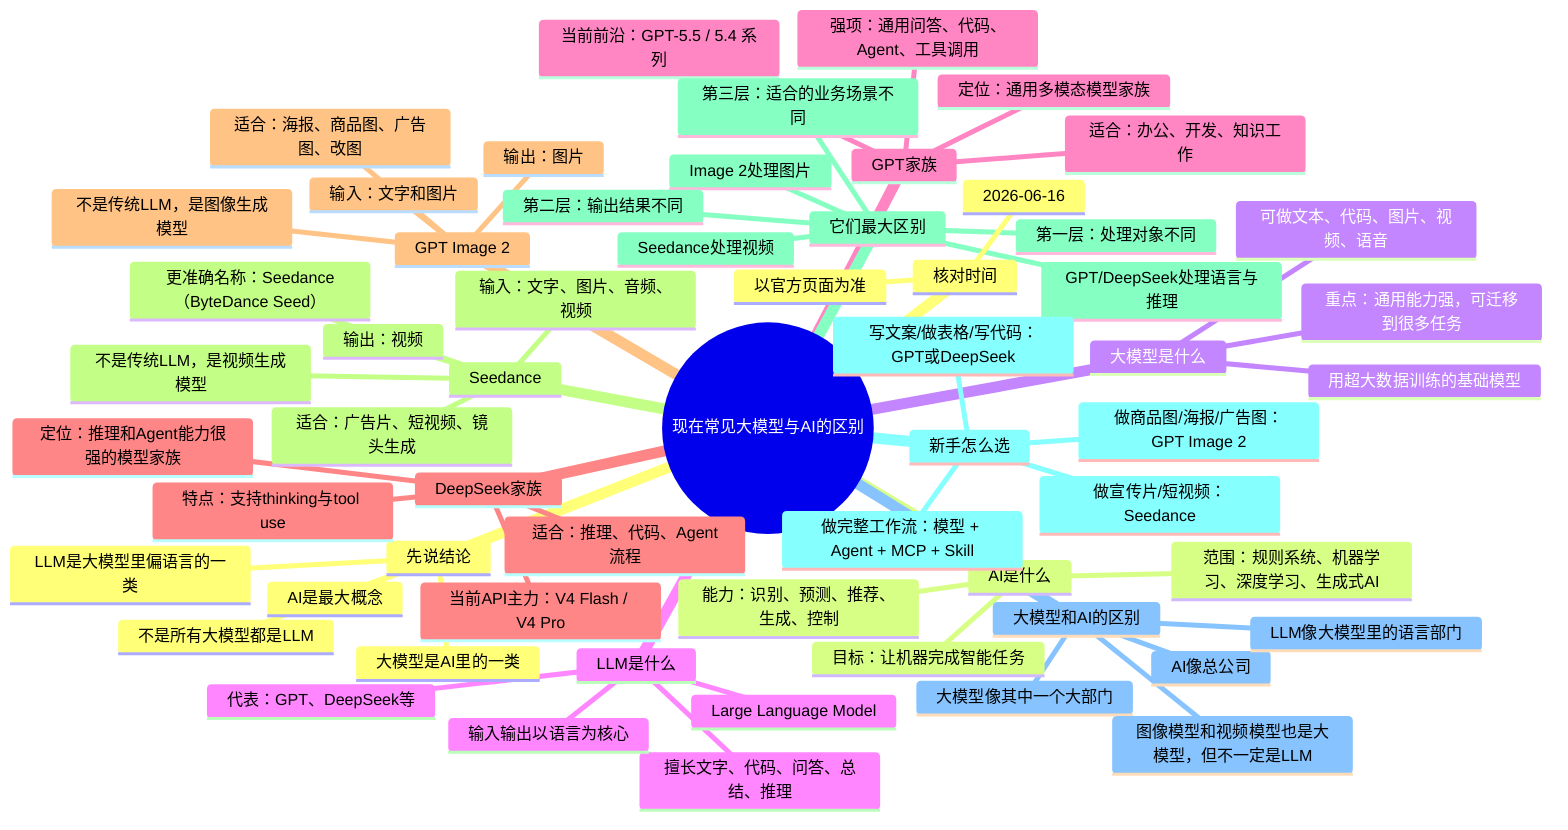
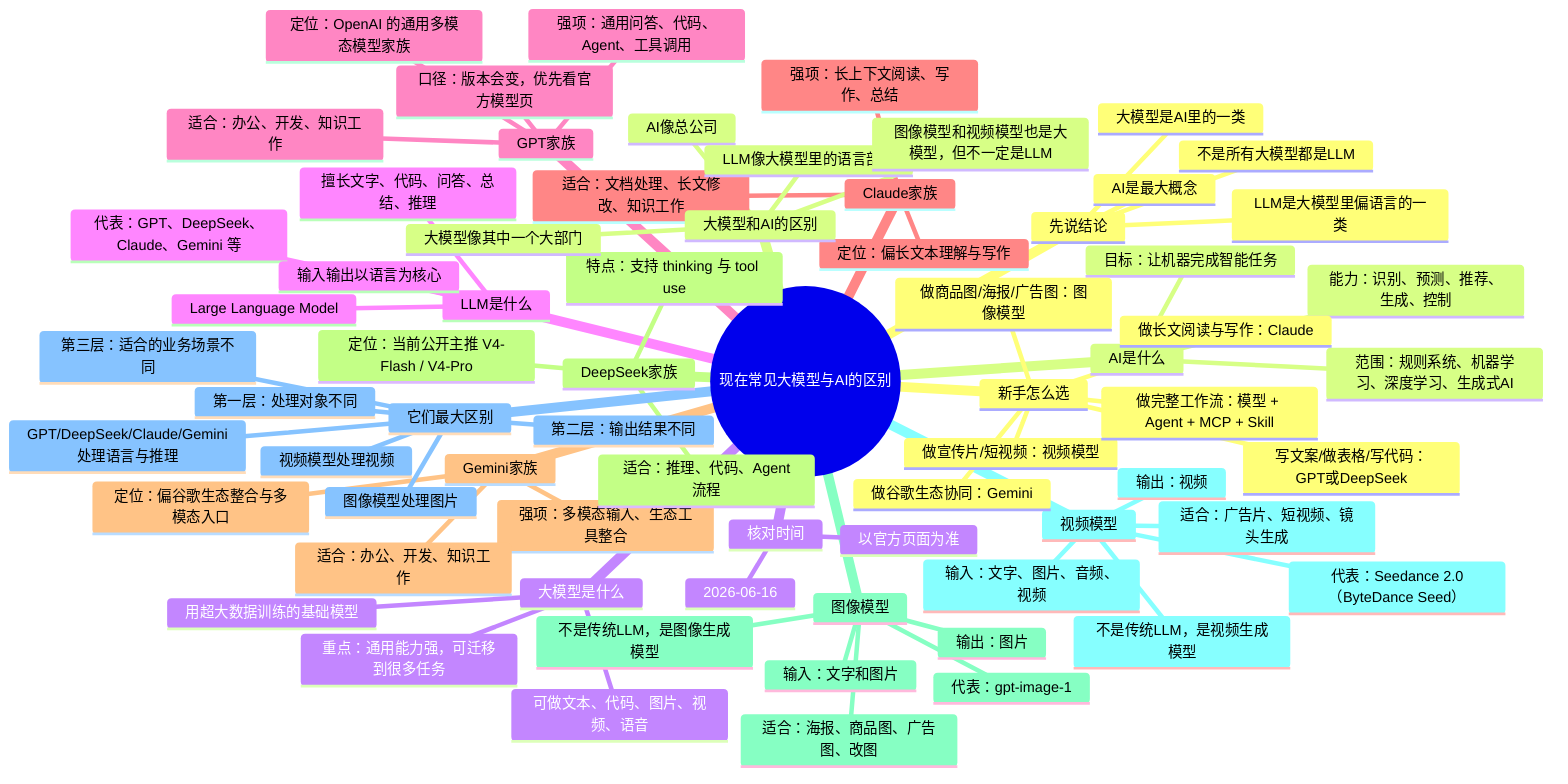
mindmap
  root((现在常见大模型与AI的区别))
    先说结论
      AI是最大概念
      大模型是AI里的一类
      LLM是大模型里偏语言的一类
      不是所有大模型都是LLM
    AI是什么
      目标：让机器完成智能任务
      范围：规则系统、机器学习、深度学习、生成式AI
      能力：识别、预测、推荐、生成、控制
    大模型是什么
      用超大数据训练的基础模型
      可做文本、代码、图片、视频、语音
      重点：通用能力强，可迁移到很多任务
    LLM是什么
      Large Language Model
      擅长文字、代码、问答、总结、推理
-       代表：GPT、DeepSeek等
+       代表：GPT、DeepSeek、Claude、Gemini 等
      输入输出以语言为核心
    GPT家族
-       定位：通用多模态模型家族
-       当前前沿：GPT-5.5 / 5.4 系列
+       定位：OpenAI 的通用多模态模型家族
      强项：通用问答、代码、Agent、工具调用
      适合：办公、开发、知识工作
+       口径：版本会变，优先看官方模型页
+     Claude家族
+       定位：偏长文本理解与写作
+       强项：长上下文阅读、写作、总结
+       适合：文档处理、长文修改、知识工作
+     Gemini家族
+       定位：偏谷歌生态整合与多模态入口
+       强项：多模态输入、生态工具整合
+       适合：办公、开发、知识工作
    DeepSeek家族
-       定位：推理和Agent能力很强的模型家族
-       当前API主力：V4 Flash / V4 Pro
-       特点：支持thinking与tool use
+       定位：当前公开主推 V4-Flash / V4-Pro
+       特点：支持 thinking 与 tool use
      适合：推理、代码、Agent流程
-     GPT Image 2
+     图像模型
+       代表：gpt-image-1
      不是传统LLM，是图像生成模型
      输入：文字和图片
      输出：图片
      适合：海报、商品图、广告图、改图
-     Seedance
-       更准确名称：Seedance（ByteDance Seed）
+     视频模型
+       代表：Seedance 2.0（ByteDance Seed）
      不是传统LLM，是视频生成模型
      输入：文字、图片、音频、视频
      输出：视频
      适合：广告片、短视频、镜头生成
    它们最大区别
      第一层：处理对象不同
-       GPT/DeepSeek处理语言与推理
-       Image 2处理图片
-       Seedance处理视频
+       GPT/DeepSeek/Claude/Gemini处理语言与推理
+       图像模型处理图片
+       视频模型处理视频
      第二层：输出结果不同
      第三层：适合的业务场景不同
    新手怎么选
      写文案/做表格/写代码：GPT或DeepSeek
-       做商品图/海报/广告图：GPT Image 2
-       做宣传片/短视频：Seedance
+       做长文阅读与写作：Claude
+       做谷歌生态协同：Gemini
+       做商品图/海报/广告图：图像模型
+       做宣传片/短视频：视频模型
      做完整工作流：模型 + Agent + MCP + Skill
    大模型和AI的区别
      AI像总公司
      大模型像其中一个大部门
      LLM像大模型里的语言部门
      图像模型和视频模型也是大模型，但不一定是LLM
    核对时间
      2026-06-16
      以官方页面为准
